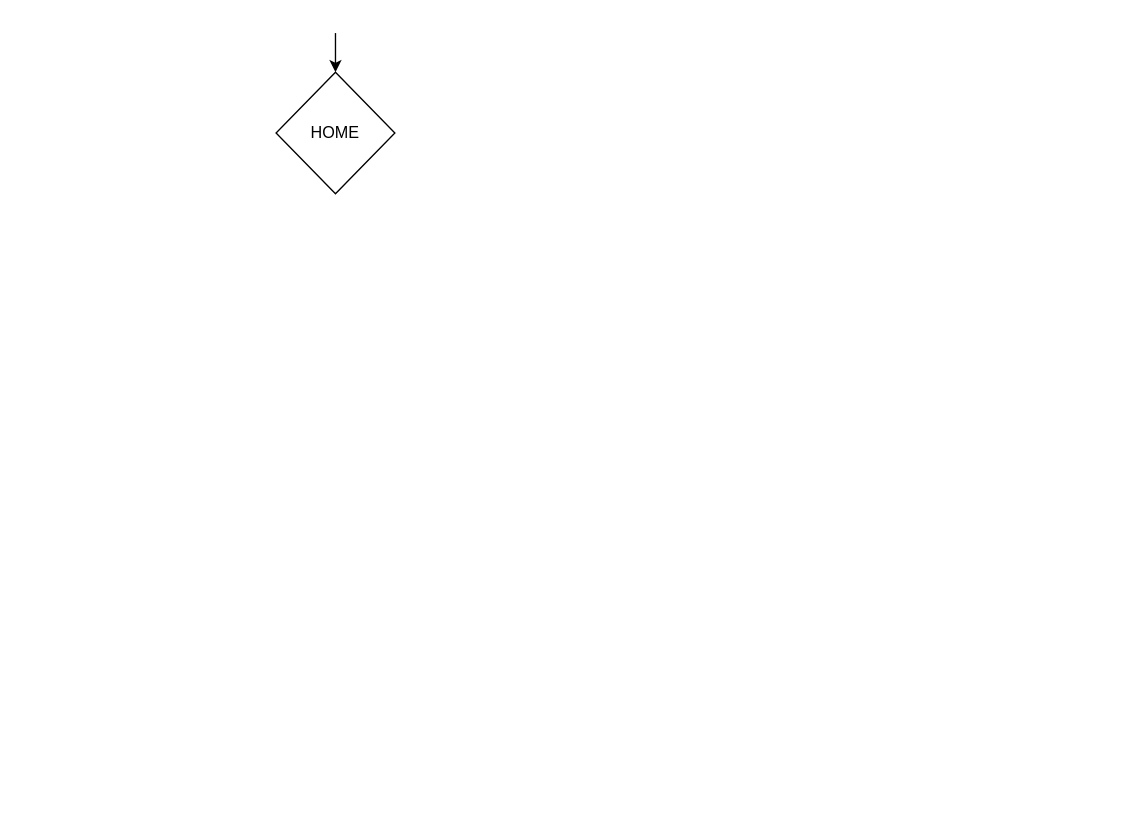
Before: Untitled Diagram.drawio in RameshCrai/system-design-analysis, a draw.io diagram. Source tidied: cells renumbered, new cells numbered last; positions are measured from the earlier drawing's top-left corner, leaving out a move shared by most shapes. Both pictures are drawn from the tidied source at 135%, with x=0, y=0 at pixel (275, 32).
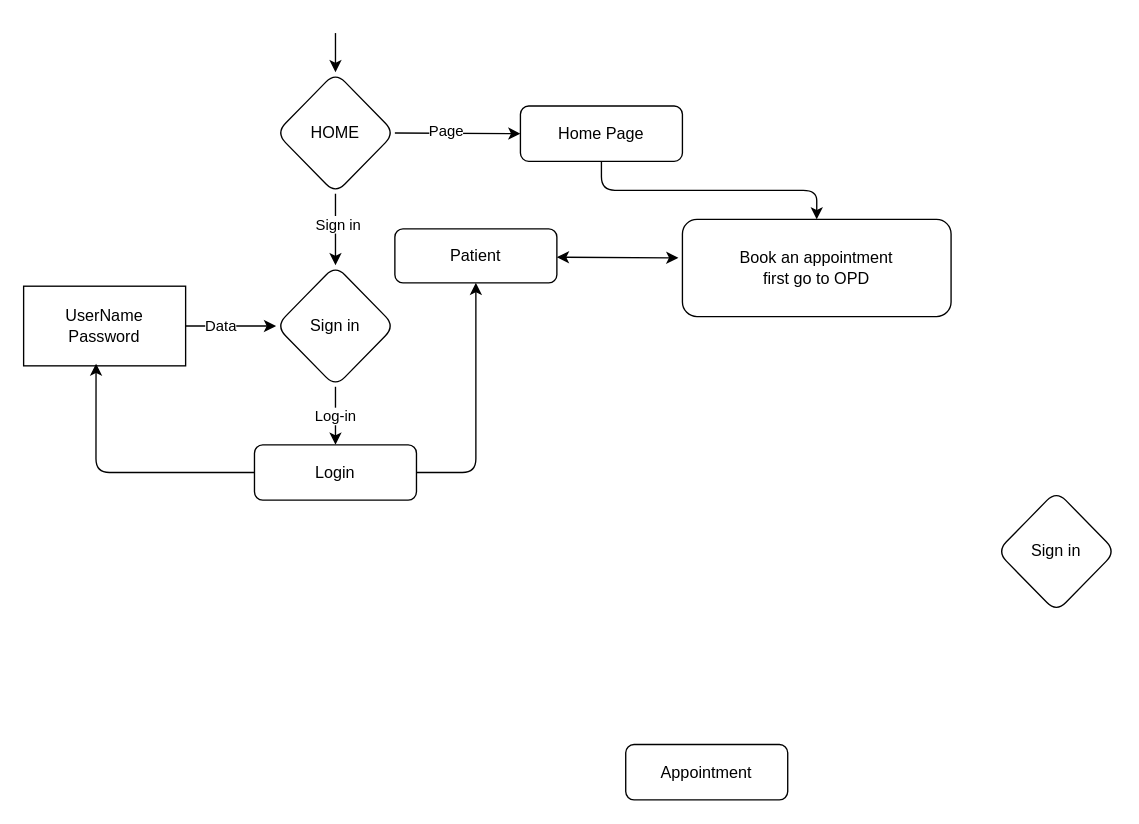
After the change.

Change to the diagram source:
```diff
@@
+    <mxCell id="4" style="edgeStyle=orthogonalEdgeStyle;rounded=1;jettySize=auto;html=1;exitX=0.5;exitY=1;exitDx=0;exitDy=0;entryX=0.5;entryY=0;entryDx=0;entryDy=0;" parent="1" edge="1" source="2" target="12">
+      <mxGeometry relative="1" as="geometry" />
+    </mxCell>
+    <mxCell id="5" value="Sign in" style="edgeLabel;html=1;align=center;verticalAlign=middle;rounded=1;" parent="4" vertex="1">
+      <mxGeometry x="-0.18" y="1" relative="1" as="geometry" />
+    </mxCell>
-    <mxCell id="2" value="HOME" style="rhombus;whiteSpace=wrap;html=1;" parent="1" vertex="1">
+    <mxCell id="2" value="HOME" style="rhombus;whiteSpace=wrap;html=1;labelBackgroundColor=none;rounded=1;" parent="1" vertex="1">
       <mxGeometry y="29" width="88" height="90" as="geometry" />
     </mxCell>
-    <mxCell id="3" style="endArrow=classic;html=1;rounded=0;entryX=0.5;entryY=0;entryDx=0;entryDy=0;" parent="1" edge="1" target="2">
+    <mxCell id="3" style="endArrow=classic;html=1;rounded=1;entryX=0.5;entryY=0;entryDx=0;entryDy=0;labelBackgroundColor=none;fontColor=default;" parent="1" edge="1" target="2">
       <mxGeometry relative="1" as="geometry">
         <mxPoint x="44" as="sourcePoint" />
       </mxGeometry>
     </mxCell>
+    <mxCell id="6" style="endArrow=classic;html=1;rounded=1;exitX=1;exitY=0.5;exitDx=0;exitDy=0;entryX=0;entryY=0.5;entryDx=0;entryDy=0;" parent="1" edge="1" source="2" target="9">
+      <mxGeometry relative="1" as="geometry" />
+    </mxCell>
+    <mxCell id="7" value="Page" style="edgeLabel;html=1;align=center;verticalAlign=middle;rounded=1;" parent="6" vertex="1">
+      <mxGeometry x="-0.2" y="4" relative="1" as="geometry">
+        <mxPoint y="2" as="offset" />
+      </mxGeometry>
+    </mxCell>
+    <mxCell id="8" style="edgeStyle=orthogonalEdgeStyle;rounded=1;jettySize=auto;html=1;exitX=0.5;exitY=1;exitDx=0;exitDy=0;entryX=0.5;entryY=0;entryDx=0;entryDy=0;" parent="1" edge="1" source="9" target="13">
+      <mxGeometry relative="1" as="geometry" />
+    </mxCell>
+    <mxCell id="9" value="Home Page" style="rounded=1;whiteSpace=wrap;html=1;" parent="1" vertex="1">
+      <mxGeometry x="181" y="54" width="120" height="41" as="geometry" />
+    </mxCell>
+    <mxCell id="10" style="edgeStyle=orthogonalEdgeStyle;rounded=1;jettySize=auto;html=1;exitX=0.5;exitY=1;exitDx=0;exitDy=0;entryX=0.5;entryY=0;entryDx=0;entryDy=0;" parent="1" edge="1" source="12" target="18">
+      <mxGeometry relative="1" as="geometry" />
+    </mxCell>
+    <mxCell id="11" value="Log-in" style="edgeLabel;html=1;align=center;verticalAlign=middle;rounded=1;" parent="10" vertex="1">
+      <mxGeometry x="-0.04" y="-1" relative="1" as="geometry" />
+    </mxCell>
+    <mxCell id="12" value="Sign in" style="rhombus;whiteSpace=wrap;html=1;labelBackgroundColor=none;rounded=1;" parent="1" vertex="1">
+      <mxGeometry y="172" width="88" height="90" as="geometry" />
+    </mxCell>
+    <mxCell id="13" value="Book an appointment&lt;div&gt;first go to OPD&lt;/div&gt;" style="rounded=1;whiteSpace=wrap;html=1;" parent="1" vertex="1">
+      <mxGeometry x="301" y="138" width="199" height="72" as="geometry" />
+    </mxCell>
+    <mxCell id="14" style="edgeStyle=orthogonalEdgeStyle;rounded=1;jettySize=auto;html=1;exitX=1;exitY=0.5;exitDx=0;exitDy=0;" parent="1" edge="1" source="16" target="12">
+      <mxGeometry relative="1" as="geometry" />
+    </mxCell>
+    <mxCell id="15" value="Data" style="edgeLabel;html=1;align=center;verticalAlign=middle;rounded=1;" parent="14" vertex="1">
+      <mxGeometry x="-0.25" y="1" relative="1" as="geometry" />
+    </mxCell>
+    <mxCell id="16" value="UserName&lt;div&gt;Password&lt;/div&gt;" style="rounded=0;whiteSpace=wrap;html=1;" parent="1" vertex="1">
+      <mxGeometry x="-187" y="187.5" width="120" height="59" as="geometry" />
+    </mxCell>
+    <mxCell id="17" style="edgeStyle=orthogonalEdgeStyle;rounded=1;jettySize=auto;html=1;exitX=1;exitY=0.5;exitDx=0;exitDy=0;entryX=0.5;entryY=1;entryDx=0;entryDy=0;" parent="1" edge="1" source="18" target="20">
+      <mxGeometry relative="1" as="geometry" />
+    </mxCell>
+    <mxCell id="18" value="Login" style="rounded=1;whiteSpace=wrap;html=1;" parent="1" vertex="1">
+      <mxGeometry x="-16" y="305" width="120" height="41" as="geometry" />
+    </mxCell>
+    <mxCell id="19" style="edgeStyle=orthogonalEdgeStyle;rounded=1;jettySize=auto;html=1;exitX=0;exitY=0.5;exitDx=0;exitDy=0;entryX=0.447;entryY=0.972;entryDx=0;entryDy=0;entryPerimeter=0;" parent="1" edge="1" source="18" target="16">
+      <mxGeometry relative="1" as="geometry" />
+    </mxCell>
+    <mxCell id="20" value="Patient" style="rounded=1;whiteSpace=wrap;html=1;" parent="1" vertex="1">
+      <mxGeometry x="88" y="145" width="120" height="40" as="geometry" />
+    </mxCell>
+    <mxCell id="21" style="endArrow=classic;startArrow=classic;html=1;rounded=1;exitX=1;exitY=0.5;exitDx=0;exitDy=0;entryX=-0.015;entryY=0.396;entryDx=0;entryDy=0;entryPerimeter=0;" parent="1" edge="1" target="13">
+      <mxGeometry relative="1" as="geometry">
+        <mxPoint x="208" y="166" as="sourcePoint" />
+      </mxGeometry>
+    </mxCell>
+    <mxCell id="22" value="Appointment" style="rounded=1;whiteSpace=wrap;html=1;" parent="1" vertex="1">
+      <mxGeometry x="259" y="527" width="120" height="41" as="geometry" />
+    </mxCell>
+    <mxCell id="23" value="Sign in" style="rhombus;whiteSpace=wrap;html=1;labelBackgroundColor=none;rounded=1;" parent="1" vertex="1">
+      <mxGeometry x="534" y="339" width="88" height="90" as="geometry" />
+    </mxCell>
```
